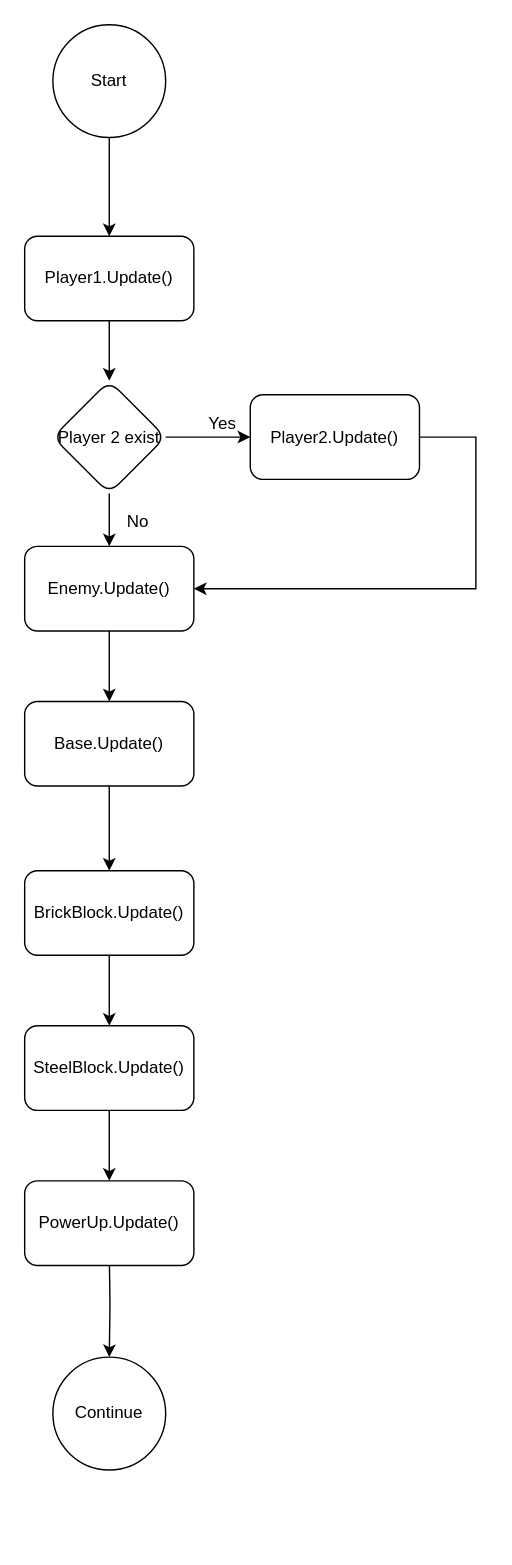
Before: page "Map" (3 of 11) of BattleTankFlowchart.drawio in Paarth24/BattleTank, a draw.io diagram. Source tidied: cells renumbered, new cells numbered last; positions are measured from the earlier drawing's top-left corner, leaving out a move shared by most shapes. Both pictures are drawn from the tidied source at 141%, with x=0, y=0 at pixel (24, 24).
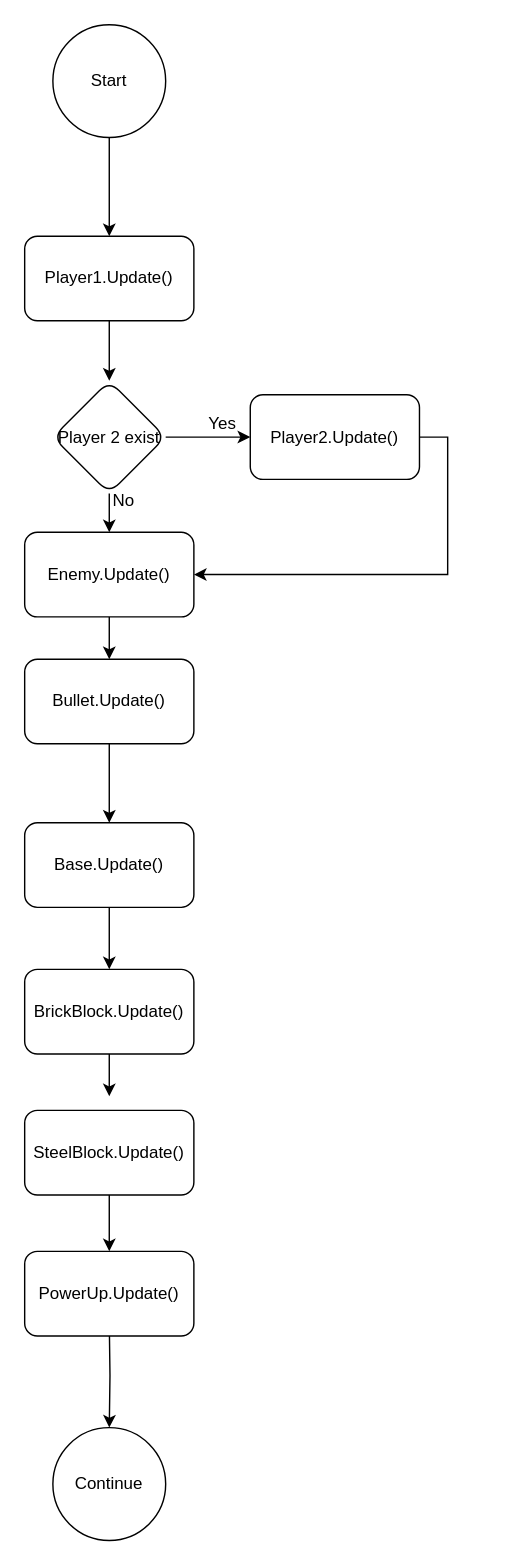
The same diagram, later.

The change refers to these unchanged cells:
```xml
<mxCell id="12" value="Player 2 exist" style="rhombus;whiteSpace=wrap;html=1;rounded=1;" parent="1" vertex="1">
  <mxGeometry x="20" y="252.5" width="80" height="80" as="geometry" />
</mxCell>
<mxCell id="14" value="Player2.Update()" style="whiteSpace=wrap;html=1;rounded=1;" parent="1" vertex="1">
  <mxGeometry x="160" y="262.5" width="120" height="60" as="geometry" />
</mxCell>
```

The edit, as a diff of the source:
```diff
@@
     <mxCell id="3" style="edgeStyle=orthogonalEdgeStyle;rounded=0;orthogonalLoop=1;jettySize=auto;html=1;entryX=0.5;entryY=0;entryDx=0;entryDy=0;" parent="1" edge="1">
       <mxGeometry relative="1" as="geometry">
-        <mxPoint x="60" y="650" as="sourcePoint" />
-        <mxPoint x="60" y="710" as="targetPoint" />
+        <mxPoint x="60" y="700" as="sourcePoint" />
+        <mxPoint x="60" y="760" as="targetPoint" />
       </mxGeometry>
     </mxCell>
     <mxCell id="4" style="edgeStyle=orthogonalEdgeStyle;rounded=0;orthogonalLoop=1;jettySize=auto;html=1;entryX=0.5;entryY=0;entryDx=0;entryDy=0;" parent="1" edge="1">
       <mxGeometry relative="1" as="geometry">
-        <mxPoint x="60" y="760" as="sourcePoint" />
-        <mxPoint x="60" y="820" as="targetPoint" />
+        <mxPoint x="60" y="810" as="sourcePoint" />
+        <mxPoint x="60" y="870" as="targetPoint" />
       </mxGeometry>
     </mxCell>
     <mxCell id="5" style="edgeStyle=orthogonalEdgeStyle;rounded=0;jettySize=auto;html=1;" parent="1" edge="1" target="7">
       <mxGeometry relative="1" as="geometry">
-        <mxPoint x="60" y="870" as="sourcePoint" />
+        <mxPoint x="60" y="920" as="sourcePoint" />
       </mxGeometry>
     </mxCell>
@@
     <mxCell id="7" value="Continue" style="ellipse;whiteSpace=wrap;html=1;" parent="1" vertex="1">
-      <mxGeometry x="20" y="945" width="80" height="80" as="geometry" />
+      <mxGeometry x="20" y="995" width="80" height="80" as="geometry" />
     </mxCell>
@@
-    <mxCell id="11" style="edgeStyle=orthogonalEdgeStyle;rounded=0;jettySize=auto;html=1;" parent="1" edge="1" source="12" target="17">
-      <mxGeometry relative="1" as="geometry" />
-    </mxCell>
+    <mxCell id="24" style="edgeStyle=orthogonalEdgeStyle;rounded=0;jettySize=auto;html=1;entryX=0.5;entryY=0;entryDx=0;entryDy=0;" parent="1" edge="1" source="12" target="27">
+      <mxGeometry relative="1" as="geometry" />
+    </mxCell>
@@
-    <mxCell id="13" style="edgeStyle=orthogonalEdgeStyle;rounded=0;jettySize=auto;html=1;entryX=1;entryY=0.5;entryDx=0;entryDy=0;" parent="1" edge="1" source="14" target="17">
-      <mxGeometry relative="1" as="geometry">
-        <Array as="points">
-          <mxPoint x="320" y="293" />
-          <mxPoint x="320" y="400" />
-        </Array>
-      </mxGeometry>
-    </mxCell>
+    <mxCell id="25" style="edgeStyle=orthogonalEdgeStyle;rounded=0;jettySize=auto;html=1;entryX=1;entryY=0.5;entryDx=0;entryDy=0;" parent="1" edge="1" source="14" target="27">
+      <mxGeometry relative="1" as="geometry">
+        <Array as="points">
+          <mxPoint x="300" y="293" />
+          <mxPoint x="300" y="390" />
+        </Array>
+      </mxGeometry>
+    </mxCell>
@@
-    <mxCell id="17" value="Enemy.Update()" style="rounded=1;whiteSpace=wrap;html=1;" parent="1" vertex="1">
-      <mxGeometry y="370" width="120" height="60" as="geometry" />
+    <mxCell id="17" value="Bullet.Update()" style="rounded=1;whiteSpace=wrap;html=1;" parent="1" vertex="1">
+      <mxGeometry y="450" width="120" height="60" as="geometry" />
     </mxCell>
     <mxCell id="18" value="BrickBlock.Update()" style="rounded=1;whiteSpace=wrap;html=1;" parent="1" vertex="1">
-      <mxGeometry y="600" width="120" height="60" as="geometry" />
+      <mxGeometry y="670" width="120" height="60" as="geometry" />
     </mxCell>
     <mxCell id="19" value="SteelBlock.Update()" style="rounded=1;whiteSpace=wrap;html=1;" parent="1" vertex="1">
-      <mxGeometry y="710" width="120" height="60" as="geometry" />
+      <mxGeometry y="770" width="120" height="60" as="geometry" />
     </mxCell>
     <mxCell id="20" value="PowerUp.Update()" style="rounded=1;whiteSpace=wrap;html=1;" parent="1" vertex="1">
-      <mxGeometry y="820" width="120" height="60" as="geometry" />
+      <mxGeometry y="870" width="120" height="60" as="geometry" />
     </mxCell>
@@
     <mxCell id="22" value="Base.Update()" style="rounded=1;whiteSpace=wrap;html=1;" parent="1" vertex="1">
-      <mxGeometry y="480" width="120" height="60" as="geometry" />
+      <mxGeometry y="566" width="120" height="60" as="geometry" />
     </mxCell>
     <mxCell id="23" value="No" style="text;html=1;align=center;verticalAlign=middle;strokeColor=none;fillColor=none;" parent="1" vertex="1">
-      <mxGeometry x="60" y="338" width="40" height="30" as="geometry" />
+      <mxGeometry x="50" y="322.5" width="40" height="30" as="geometry" />
     </mxCell>
+    <mxCell id="26" style="edgeStyle=orthogonalEdgeStyle;rounded=0;jettySize=auto;html=1;" parent="1" edge="1" source="27" target="17">
+      <mxGeometry relative="1" as="geometry" />
+    </mxCell>
+    <mxCell id="27" value="Enemy.Update()" style="rounded=1;whiteSpace=wrap;html=1;" parent="1" vertex="1">
+      <mxGeometry y="360" width="120" height="60" as="geometry" />
+    </mxCell>
```
